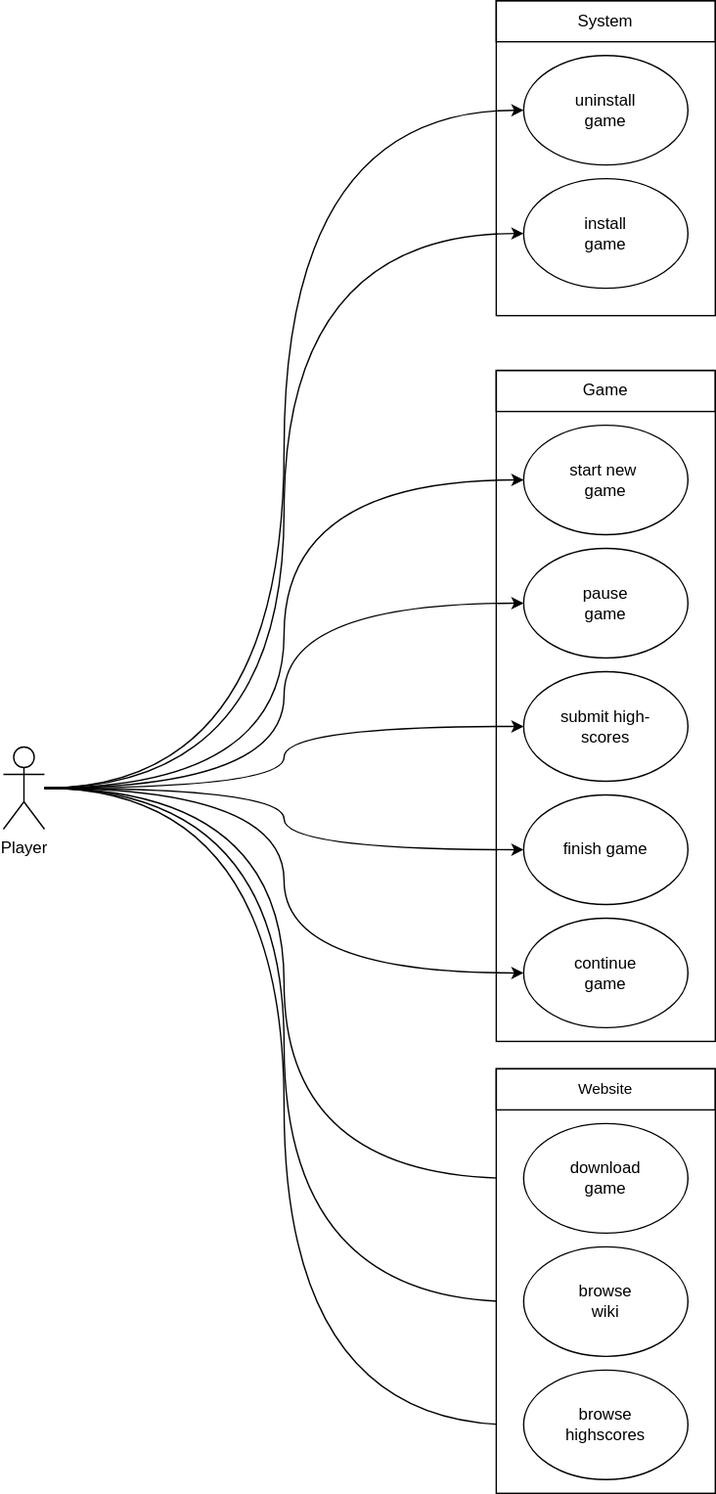
Before: documentation/assets/underwatch_usecase.drawio.svg, a diagram exported from draw.io (SE-TINF22B6/Underwatch). Source tidied: cells renumbered, new cells last; positions are measured from the earlier drawing's top-left corner, leaving out a move shared by most shapes.
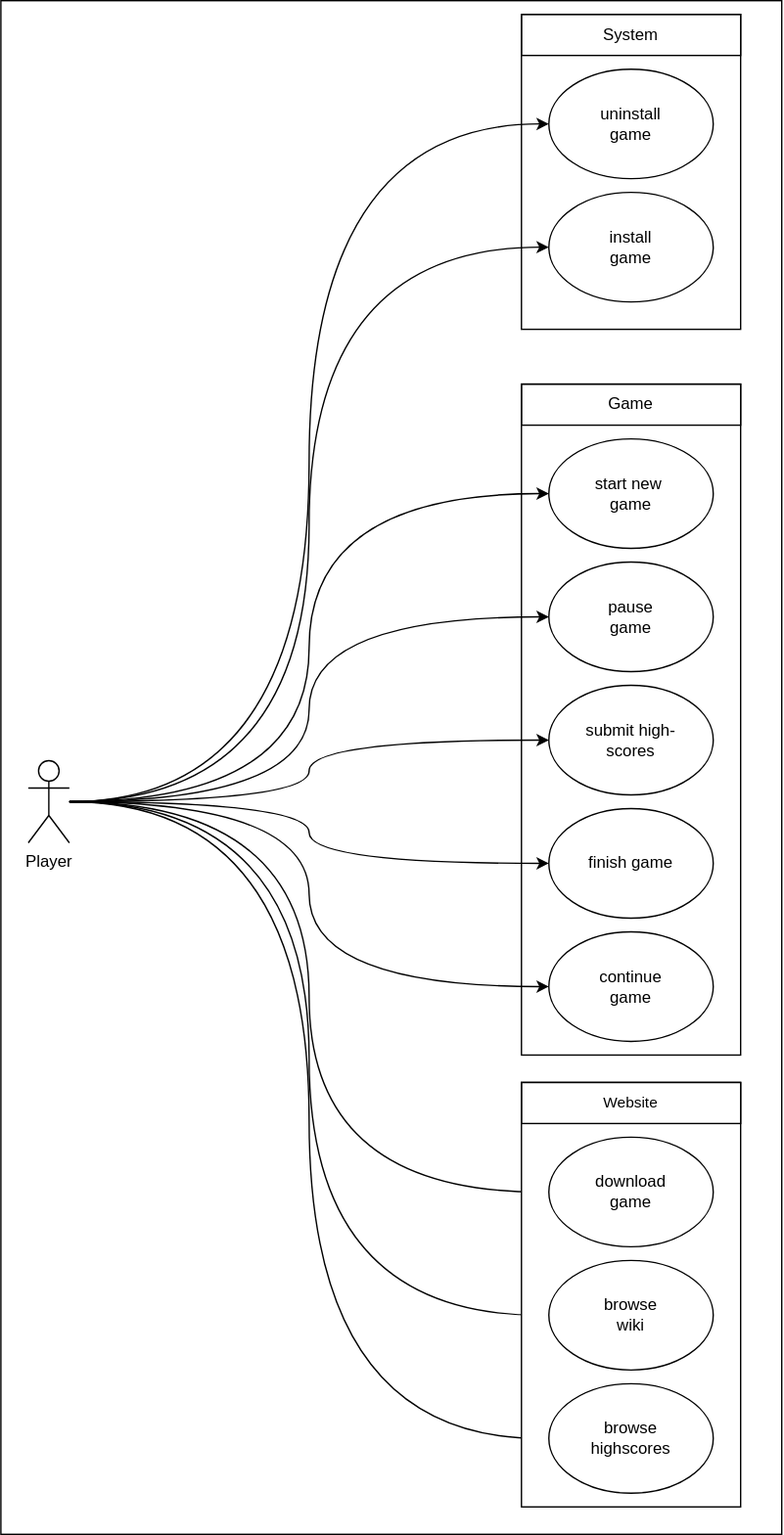
Above is the later version.

The edit, as a diff of the source:
```diff
@@ -2,6 +2,9 @@
   <root>
     <mxCell id="0" />
     <mxCell id="1" parent="0" />
+    <mxCell id="30" style="rounded=0;whiteSpace=wrap;html=1;align=center;verticalAlign=middle;fontFamily=Helvetica;fontSize=11;labelBackgroundColor=default;" parent="1" vertex="1">
+      <mxGeometry x="-20" y="-10" width="570" height="1120" as="geometry" />
+    </mxCell>
     <mxCell id="2" style="rounded=0;whiteSpace=wrap;html=1;" parent="1" vertex="1">
       <mxGeometry x="360" y="270" width="160" height="490" as="geometry" />
     </mxCell>
```
